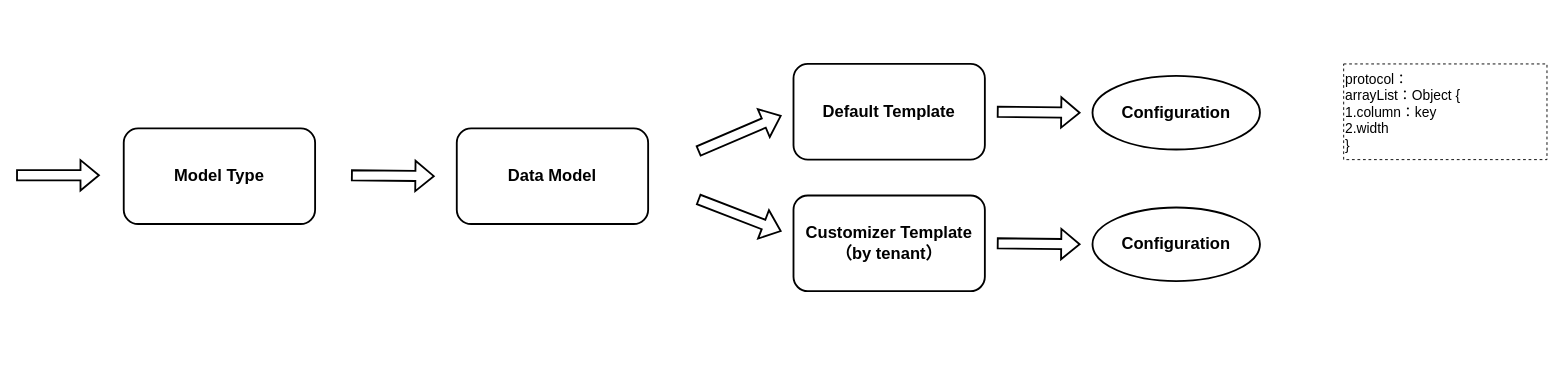
Earlier version of the draw.io diagram page "dynamic_ui" (20 of 20) of authz/Omini-Store.drawio (jackie-thank/beego-authz). Source tidied: cells renumbered, new cells numbered last; positions are measured from the earlier drawing's top-left corner, leaving out a move shared by most shapes. Both pictures are drawn from the tidied source at 92%, with x=0, y=0 at pixel (16, 63).
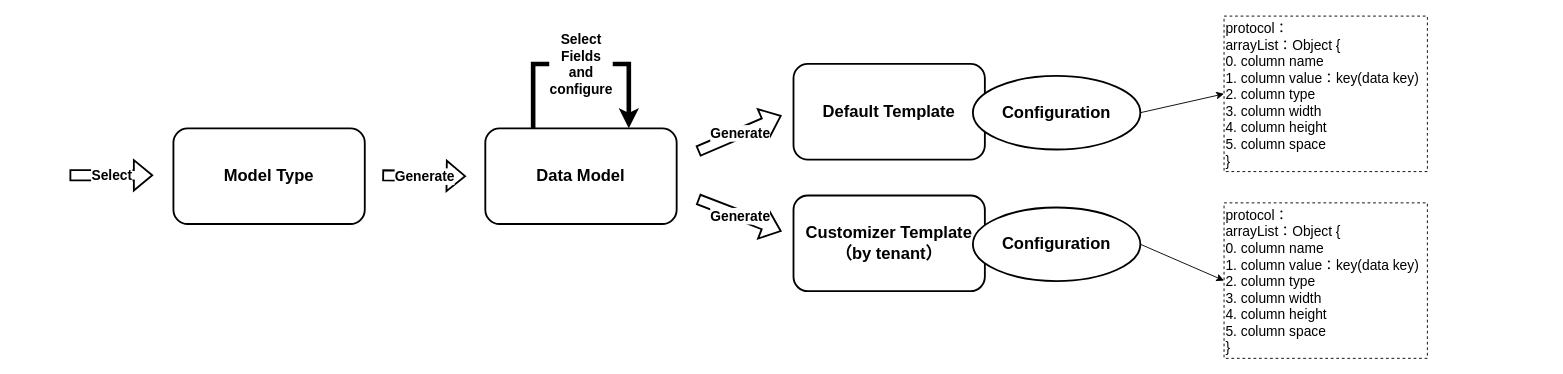
After the change.

Diff of the diagram source:
```diff
@@
     <mxCell id="2" value="Data Model" style="rounded=1;whiteSpace=wrap;html=1;strokeWidth=2;fontSize=18;fontStyle=1;" parent="1" vertex="1">
-      <mxGeometry x="479" y="70" width="208" height="104" as="geometry" />
+      <mxGeometry x="510" y="70" width="208" height="104" as="geometry" />
     </mxCell>
     <mxCell id="3" value="Model Type" style="rounded=1;whiteSpace=wrap;html=1;strokeWidth=2;fontSize=18;fontStyle=1;" parent="1" vertex="1">
-      <mxGeometry x="117" y="70" width="208" height="104" as="geometry" />
+      <mxGeometry x="171" y="70" width="208" height="104" as="geometry" />
     </mxCell>
-    <mxCell id="4" style="shape=flexArrow;endArrow=classic;html=1;rounded=0;strokeWidth=2;" parent="1" edge="1">
+    <mxCell id="4" value="Generate" style="shape=flexArrow;endArrow=classic;html=1;rounded=0;strokeWidth=2;fontSize=15;fontStyle=1;" parent="1" edge="1">
       <mxGeometry relative="1" as="geometry">
-        <mxPoint x="364" y="121" as="sourcePoint" />
-        <mxPoint x="455" y="122" as="targetPoint" />
+        <mxPoint x="398" y="121" as="sourcePoint" />
+        <mxPoint x="489" y="122" as="targetPoint" />
       </mxGeometry>
     </mxCell>
-    <mxCell id="5" style="shape=flexArrow;endArrow=classic;html=1;rounded=0;strokeWidth=2;" parent="1" edge="1">
+    <mxCell id="5" value="Select" style="shape=flexArrow;endArrow=classic;html=1;rounded=0;strokeWidth=2;fontSize=15;fontStyle=1;" parent="1" edge="1">
       <mxGeometry relative="1" as="geometry">
-        <mxPoint y="121" as="sourcePoint" />
-        <mxPoint x="91" y="121" as="targetPoint" />
+        <mxPoint x="58" y="121" as="sourcePoint" />
+        <mxPoint x="149" y="121" as="targetPoint" />
       </mxGeometry>
     </mxCell>
@@
-    <mxCell id="8" style="shape=flexArrow;endArrow=classic;html=1;rounded=0;strokeWidth=2;" parent="1" edge="1">
+    <mxCell id="8" value="Generate" style="shape=flexArrow;endArrow=classic;html=1;rounded=0;strokeWidth=2;fontStyle=1;fontSize=15;" parent="1" edge="1">
       <mxGeometry relative="1" as="geometry">
         <mxPoint x="741" y="95" as="sourcePoint" />
         <mxPoint x="832" y="56" as="targetPoint" />
       </mxGeometry>
     </mxCell>
-    <mxCell id="9" style="shape=flexArrow;endArrow=classic;html=1;rounded=0;strokeWidth=2;" parent="1" edge="1">
+    <mxCell id="9" value="Generate" style="shape=flexArrow;endArrow=classic;html=1;rounded=0;strokeWidth=2;fontSize=15;fontStyle=1;" parent="1" edge="1">
       <mxGeometry relative="1" as="geometry">
         <mxPoint x="741" y="147" as="sourcePoint" />
         <mxPoint x="832" y="182" as="targetPoint" />
       </mxGeometry>
     </mxCell>
+    <mxCell id="15" style="rounded=0;jettySize=auto;html=1;exitX=1;exitY=0.5;exitDx=0;exitDy=0;entryX=0;entryY=0.5;entryDx=0;entryDy=0;" parent="1" edge="1" source="10" target="14">
+      <mxGeometry relative="1" as="geometry" />
+    </mxCell>
     <mxCell id="10" value="Configuration" style="ellipse;whiteSpace=wrap;html=1;strokeWidth=2;fontSize=18;fontStyle=1;" parent="1" vertex="1">
-      <mxGeometry x="1170" y="13" width="182" height="80" as="geometry" />
+      <mxGeometry x="1040" y="13" width="182" height="80" as="geometry" />
     </mxCell>
+    <mxCell id="16" style="rounded=0;jettySize=auto;html=1;exitX=1;exitY=0.5;exitDx=0;exitDy=0;entryX=0;entryY=0.5;entryDx=0;entryDy=0;" parent="1" edge="1" source="11" target="17">
+      <mxGeometry relative="1" as="geometry" />
+    </mxCell>
     <mxCell id="11" value="Configuration" style="ellipse;whiteSpace=wrap;html=1;strokeWidth=2;fontSize=18;fontStyle=1;" parent="1" vertex="1">
-      <mxGeometry x="1170" y="156" width="182" height="80" as="geometry" />
+      <mxGeometry x="1040" y="156" width="182" height="80" as="geometry" />
     </mxCell>
-    <mxCell id="12" style="shape=flexArrow;endArrow=classic;html=1;rounded=0;strokeWidth=2;" parent="1" edge="1">
-      <mxGeometry relative="1" as="geometry">
-        <mxPoint x="1066" y="52" as="sourcePoint" />
-        <mxPoint x="1157" y="53" as="targetPoint" />
-      </mxGeometry>
-    </mxCell>
-    <mxCell id="13" style="shape=flexArrow;endArrow=classic;html=1;rounded=0;strokeWidth=2;" parent="1" edge="1">
-      <mxGeometry relative="1" as="geometry">
-        <mxPoint x="1066" y="195" as="sourcePoint" />
-        <mxPoint x="1157" y="196" as="targetPoint" />
-      </mxGeometry>
-    </mxCell>
-    <mxCell id="14" value="&lt;div style=&quot;font-size: 15px;&quot;&gt;protocol：&lt;/div&gt;&lt;div style=&quot;font-size: 15px;&quot;&gt;arrayList：Object {&lt;/div&gt;&lt;div style=&quot;font-size: 15px;&quot;&gt;1.column：key&lt;/div&gt;&lt;div style=&quot;font-size: 15px;&quot;&gt;2.width&lt;/div&gt;&lt;div style=&quot;font-size: 15px;&quot;&gt;}&lt;br&gt;&lt;/div&gt;" style="rounded=0;whiteSpace=wrap;html=1;dashed=1;fontSize=15;align=left;" parent="1" vertex="1">
-      <mxGeometry x="1443" width="221" height="104" as="geometry" />
+    <mxCell id="14" value="&lt;div style=&quot;font-size: 15px;&quot;&gt;protocol：&lt;/div&gt;&lt;div style=&quot;font-size: 15px;&quot;&gt;arrayList：Object {&lt;/div&gt;&lt;div style=&quot;font-size: 15px;&quot;&gt;0. column name&lt;br&gt;&lt;/div&gt;&lt;div style=&quot;font-size: 15px;&quot;&gt;1. column value：key(data key)&lt;/div&gt;&lt;div&gt;2. column type&lt;br&gt;&lt;/div&gt;&lt;div style=&quot;font-size: 15px;&quot;&gt;3. column width&lt;/div&gt;&lt;div style=&quot;font-size: 15px;&quot;&gt;4. column height&lt;br&gt;&lt;/div&gt;&lt;div style=&quot;font-size: 15px;&quot;&gt;5. column space&lt;br&gt;&lt;/div&gt;&lt;div style=&quot;font-size: 15px;&quot;&gt;}&lt;br&gt;&lt;/div&gt;" style="rounded=0;whiteSpace=wrap;html=1;dashed=1;fontSize=15;align=left;" parent="1" vertex="1">
+      <mxGeometry x="1313" y="-52" width="221" height="169" as="geometry" />
     </mxCell>
+    <mxCell id="17" value="&lt;div style=&quot;font-size: 15px;&quot;&gt;protocol：&lt;/div&gt;&lt;div style=&quot;font-size: 15px;&quot;&gt;arrayList：Object {&lt;/div&gt;&lt;div style=&quot;font-size: 15px;&quot;&gt;0. column name&lt;br&gt;&lt;/div&gt;&lt;div style=&quot;font-size: 15px;&quot;&gt;1. column value：key(data key)&lt;/div&gt;&lt;div&gt;2. column type&lt;br&gt;&lt;/div&gt;&lt;div style=&quot;font-size: 15px;&quot;&gt;3. column width&lt;/div&gt;&lt;div style=&quot;font-size: 15px;&quot;&gt;4. column height&lt;br&gt;&lt;/div&gt;&lt;div style=&quot;font-size: 15px;&quot;&gt;5. column space&lt;br&gt;&lt;/div&gt;&lt;div style=&quot;font-size: 15px;&quot;&gt;}&lt;br&gt;&lt;/div&gt;" style="rounded=0;whiteSpace=wrap;html=1;dashed=1;fontSize=15;align=left;" parent="1" vertex="1">
+      <mxGeometry x="1313" y="151" width="221" height="169" as="geometry" />
+    </mxCell>
+    <mxCell id="18" value="&lt;div style=&quot;font-size: 15px;&quot;&gt;Select&lt;/div&gt;&lt;div style=&quot;font-size: 15px;&quot;&gt;Fields&lt;/div&gt;&lt;div style=&quot;font-size: 15px;&quot;&gt;and&lt;/div&gt;&lt;div style=&quot;font-size: 15px;&quot;&gt;configure&lt;br style=&quot;font-size: 15px;&quot;&gt;&lt;/div&gt;" style="edgeStyle=orthogonalEdgeStyle;rounded=0;orthogonalLoop=1;jettySize=auto;html=1;exitX=0.25;exitY=0;exitDx=0;exitDy=0;entryX=0.75;entryY=0;entryDx=0;entryDy=0;strokeWidth=5;fontSize=15;fontStyle=1;" parent="1" edge="1" source="2" target="2">
+      <mxGeometry relative="1" as="geometry">
+        <Array as="points">
+          <mxPoint x="562" />
+          <mxPoint x="666" />
+        </Array>
+      </mxGeometry>
+    </mxCell>
```
